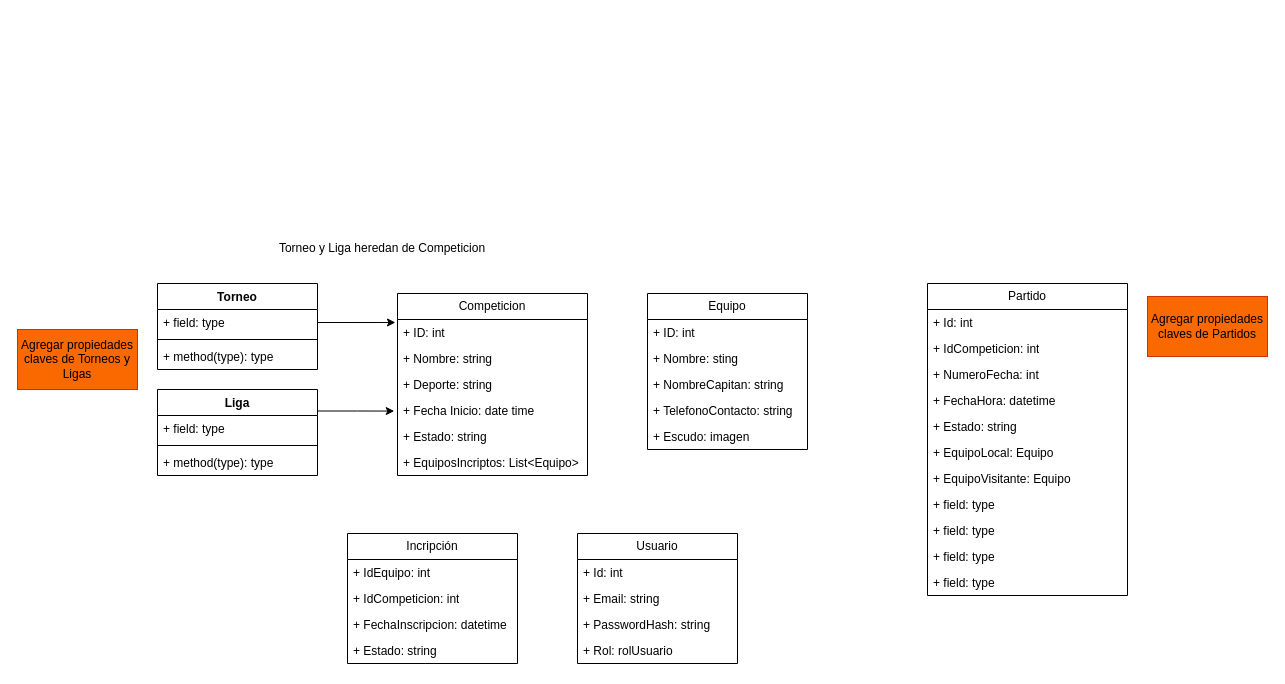
Earlier version of the draw.io diagram docs/domain-model/Modelo de Dominio - TPC LigaPro - V2.drawio (ssofi20/TPC-LigaPro-Equipo9A). Source tidied: cells renumbered, new cells numbered last; positions are measured from the earlier drawing's top-left corner, leaving out a move shared by most shapes. Both pictures are drawn from the tidied source at 100%, with x=0, y=0 at pixel (17, 233).
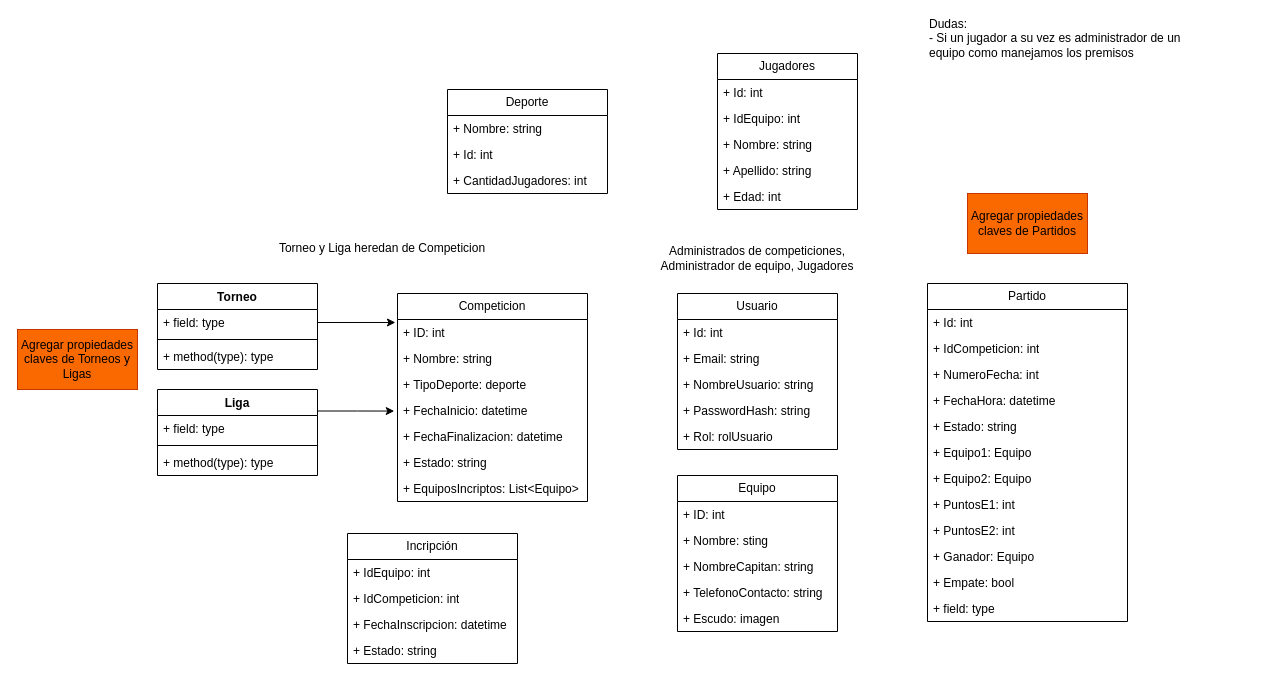
After the change.

Commit message (it also covers changes not shown here):
Create database script

Change to the diagram source:
```diff
@@
     <mxCell id="2" value="Competicion" style="swimlane;fontStyle=0;horizontal=1;startSize=26;fillColor=none;whiteSpace=wrap;html=1;" parent="1" vertex="1">
-      <mxGeometry x="380" y="60" width="190" height="182" as="geometry" />
+      <mxGeometry x="380" y="60" width="190" height="208" as="geometry" />
     </mxCell>
@@
-    <mxCell id="5" value="+ Deporte: string" style="text;strokeColor=none;fillColor=none;align=left;verticalAlign=top;spacingLeft=4;spacingRight=4;overflow=hidden;whiteSpace=wrap;html=1;" parent="2" vertex="1">
+    <mxCell id="5" value="+ TipoDeporte: deporte" style="text;strokeColor=none;fillColor=none;align=left;verticalAlign=top;spacingLeft=4;spacingRight=4;overflow=hidden;whiteSpace=wrap;html=1;" parent="2" vertex="1">
       <mxGeometry y="78" width="190" height="26" as="geometry" />
     </mxCell>
-    <mxCell id="6" value="+ Fecha Inicio: date time" style="text;strokeColor=none;fillColor=none;align=left;verticalAlign=top;spacingLeft=4;spacingRight=4;overflow=hidden;points=[[0,0.5],[1,0.5]];portConstraint=eastwest;whiteSpace=wrap;html=1;" parent="2" vertex="1">
+    <mxCell id="6" value="+ FechaInicio: datetime" style="text;strokeColor=none;fillColor=none;align=left;verticalAlign=top;spacingLeft=4;spacingRight=4;overflow=hidden;points=[[0,0.5],[1,0.5]];portConstraint=eastwest;whiteSpace=wrap;html=1;" parent="2" vertex="1">
       <mxGeometry y="104" width="190" height="26" as="geometry" />
     </mxCell>
+    <mxCell id="50" value="+ FechaFinalizacion: datetime" style="text;strokeColor=none;fillColor=none;align=left;verticalAlign=top;spacingLeft=4;spacingRight=4;overflow=hidden;whiteSpace=wrap;html=1;" parent="2" vertex="1">
+      <mxGeometry y="130" width="190" height="26" as="geometry" />
+    </mxCell>
     <mxCell id="7" value="+ Estado: string" style="text;strokeColor=none;fillColor=none;align=left;verticalAlign=top;spacingLeft=4;spacingRight=4;overflow=hidden;whiteSpace=wrap;html=1;" parent="2" vertex="1">
-      <mxGeometry y="130" width="190" height="26" as="geometry" />
+      <mxGeometry y="156" width="190" height="26" as="geometry" />
     </mxCell>
     <mxCell id="8" value="+ EquiposIncriptos: List&amp;lt;Equipo&amp;gt;" style="text;strokeColor=none;fillColor=none;align=left;verticalAlign=top;spacingLeft=4;spacingRight=4;overflow=hidden;whiteSpace=wrap;html=1;" parent="2" vertex="1">
-      <mxGeometry y="156" width="190" height="26" as="geometry" />
+      <mxGeometry y="182" width="190" height="26" as="geometry" />
     </mxCell>
     <mxCell id="9" value="Equipo" style="swimlane;fontStyle=0;horizontal=1;startSize=26;whiteSpace=wrap;html=1;" parent="1" vertex="1">
-      <mxGeometry x="630" y="60" width="160" height="156" as="geometry" />
+      <mxGeometry x="660" y="242" width="160" height="156" as="geometry" />
     </mxCell>
@@
     <mxCell id="15" value="Partido" style="swimlane;fontStyle=0;horizontal=1;startSize=26;fillColor=none;whiteSpace=wrap;html=1;" parent="1" vertex="1">
-      <mxGeometry x="910" y="50" width="200" height="312" as="geometry" />
+      <mxGeometry x="910" y="50" width="200" height="338" as="geometry" />
     </mxCell>
@@
-    <mxCell id="21" value="+ EquipoLocal: Equipo" style="text;strokeColor=none;fillColor=none;align=left;verticalAlign=top;spacingLeft=4;spacingRight=4;overflow=hidden;whiteSpace=wrap;html=1;" parent="15" vertex="1">
+    <mxCell id="21" value="+ Equipo1: Equipo" style="text;strokeColor=none;fillColor=none;align=left;verticalAlign=top;spacingLeft=4;spacingRight=4;overflow=hidden;whiteSpace=wrap;html=1;" parent="15" vertex="1">
       <mxGeometry y="156" width="200" height="26" as="geometry" />
     </mxCell>
-    <mxCell id="22" value="+ EquipoVisitante: Equipo" style="text;strokeColor=none;fillColor=none;align=left;verticalAlign=top;spacingLeft=4;spacingRight=4;overflow=hidden;whiteSpace=wrap;html=1;" parent="15" vertex="1">
+    <mxCell id="22" value="+ Equipo2: Equipo" style="text;strokeColor=none;fillColor=none;align=left;verticalAlign=top;spacingLeft=4;spacingRight=4;overflow=hidden;whiteSpace=wrap;html=1;" parent="15" vertex="1">
       <mxGeometry y="182" width="200" height="26" as="geometry" />
     </mxCell>
-    <mxCell id="23" value="+ field: type" style="text;strokeColor=none;fillColor=none;align=left;verticalAlign=top;spacingLeft=4;spacingRight=4;overflow=hidden;whiteSpace=wrap;html=1;" parent="15" vertex="1">
+    <mxCell id="23" value="+ PuntosE1: int" style="text;strokeColor=none;fillColor=none;align=left;verticalAlign=top;spacingLeft=4;spacingRight=4;overflow=hidden;whiteSpace=wrap;html=1;" parent="15" vertex="1">
       <mxGeometry y="208" width="200" height="26" as="geometry" />
     </mxCell>
+    <mxCell id="51" value="+ PuntosE2: int" style="text;strokeColor=none;fillColor=none;align=left;verticalAlign=top;spacingLeft=4;spacingRight=4;overflow=hidden;whiteSpace=wrap;html=1;" parent="15" vertex="1">
+      <mxGeometry y="234" width="200" height="26" as="geometry" />
+    </mxCell>
-    <mxCell id="24" value="+ field: type" style="text;strokeColor=none;fillColor=none;align=left;verticalAlign=top;spacingLeft=4;spacingRight=4;overflow=hidden;whiteSpace=wrap;html=1;" parent="15" vertex="1">
-      <mxGeometry y="234" width="200" height="26" as="geometry" />
+    <mxCell id="24" value="+ Ganador: Equipo" style="text;strokeColor=none;fillColor=none;align=left;verticalAlign=top;spacingLeft=4;spacingRight=4;overflow=hidden;whiteSpace=wrap;html=1;" parent="15" vertex="1">
+      <mxGeometry y="260" width="200" height="26" as="geometry" />
     </mxCell>
-    <mxCell id="25" value="+ field: type" style="text;strokeColor=none;fillColor=none;align=left;verticalAlign=top;spacingLeft=4;spacingRight=4;overflow=hidden;whiteSpace=wrap;html=1;" parent="15" vertex="1">
-      <mxGeometry y="260" width="200" height="26" as="geometry" />
+    <mxCell id="25" value="+ Empate: bool" style="text;strokeColor=none;fillColor=none;align=left;verticalAlign=top;spacingLeft=4;spacingRight=4;overflow=hidden;whiteSpace=wrap;html=1;" parent="15" vertex="1">
+      <mxGeometry y="286" width="200" height="26" as="geometry" />
     </mxCell>
     <mxCell id="26" value="+ field: type" style="text;strokeColor=none;fillColor=none;align=left;verticalAlign=top;spacingLeft=4;spacingRight=4;overflow=hidden;whiteSpace=wrap;html=1;" parent="15" vertex="1">
-      <mxGeometry y="286" width="200" height="26" as="geometry" />
+      <mxGeometry y="312" width="200" height="26" as="geometry" />
     </mxCell>
     <mxCell id="27" value="Usuario" style="swimlane;fontStyle=0;horizontal=1;startSize=26;fillColor=none;whiteSpace=wrap;html=1;" parent="1" vertex="1">
-      <mxGeometry x="560" y="300" width="160" height="130" as="geometry" />
+      <mxGeometry x="660" y="60" width="160" height="156" as="geometry" />
     </mxCell>
@@
+    <mxCell id="52" value="+ NombreUsuario: string" style="text;strokeColor=none;fillColor=none;align=left;verticalAlign=top;spacingLeft=4;spacingRight=4;overflow=hidden;whiteSpace=wrap;html=1;" parent="27" vertex="1">
+      <mxGeometry y="78" width="160" height="26" as="geometry" />
+    </mxCell>
     <mxCell id="30" value="+ PasswordHash: string" style="text;strokeColor=none;fillColor=none;align=left;verticalAlign=top;spacingLeft=4;spacingRight=4;overflow=hidden;whiteSpace=wrap;html=1;" parent="27" vertex="1">
-      <mxGeometry y="78" width="160" height="26" as="geometry" />
+      <mxGeometry y="104" width="160" height="26" as="geometry" />
     </mxCell>
     <mxCell id="31" value="+ Rol: rolUsuario" style="text;strokeColor=none;fillColor=none;align=left;verticalAlign=top;spacingLeft=4;spacingRight=4;overflow=hidden;whiteSpace=wrap;html=1;" parent="27" vertex="1">
-      <mxGeometry y="104" width="160" height="26" as="geometry" />
+      <mxGeometry y="130" width="160" height="26" as="geometry" />
     </mxCell>
@@
     <mxCell id="49" value="Agregar propiedades claves de Partidos" style="rounded=0;whiteSpace=wrap;html=1;fillColor=#fa6800;fontColor=#000000;strokeColor=#C73500;" parent="1" vertex="1">
-      <mxGeometry x="1130" y="63" width="120" height="60" as="geometry" />
+      <mxGeometry x="950" y="-40" width="120" height="60" as="geometry" />
     </mxCell>
+    <mxCell id="53" value="Deporte" style="swimlane;fontStyle=0;horizontal=1;startSize=26;fillColor=none;whiteSpace=wrap;html=1;" parent="1" vertex="1">
+      <mxGeometry x="430" y="-144" width="160" height="104" as="geometry" />
+    </mxCell>
+    <mxCell id="54" value="+ Nombre: string" style="text;strokeColor=none;fillColor=none;align=left;verticalAlign=top;spacingLeft=4;spacingRight=4;overflow=hidden;whiteSpace=wrap;html=1;" parent="53" vertex="1">
+      <mxGeometry y="26" width="160" height="26" as="geometry" />
+    </mxCell>
+    <mxCell id="55" value="+ Id: int" style="text;strokeColor=none;fillColor=none;align=left;verticalAlign=top;spacingLeft=4;spacingRight=4;overflow=hidden;whiteSpace=wrap;html=1;" parent="53" vertex="1">
+      <mxGeometry y="52" width="160" height="26" as="geometry" />
+    </mxCell>
+    <mxCell id="56" value="+ CantidadJugadores: int" style="text;strokeColor=none;fillColor=none;align=left;verticalAlign=top;spacingLeft=4;spacingRight=4;overflow=hidden;whiteSpace=wrap;html=1;" parent="53" vertex="1">
+      <mxGeometry y="78" width="160" height="26" as="geometry" />
+    </mxCell>
+    <mxCell id="57" value="Administrados de competiciones, Administrador de equipo, Jugadores" style="text;html=1;whiteSpace=wrap;strokeColor=none;fillColor=none;align=center;verticalAlign=middle;rounded=0;" parent="1" vertex="1">
+      <mxGeometry x="615" y="10" width="250" height="30" as="geometry" />
+    </mxCell>
+    <mxCell id="58" value="Jugadores" style="swimlane;fontStyle=0;horizontal=1;startSize=26;fillColor=none;whiteSpace=wrap;html=1;" parent="1" vertex="1">
+      <mxGeometry x="700" y="-180" width="140" height="156" as="geometry" />
+    </mxCell>
+    <mxCell id="59" value="+ Id: int" style="text;strokeColor=none;fillColor=none;align=left;verticalAlign=top;spacingLeft=4;spacingRight=4;overflow=hidden;whiteSpace=wrap;html=1;" parent="58" vertex="1">
+      <mxGeometry y="26" width="140" height="26" as="geometry" />
+    </mxCell>
+    <mxCell id="60" value="+ IdEquipo: int" style="text;strokeColor=none;fillColor=none;align=left;verticalAlign=top;spacingLeft=4;spacingRight=4;overflow=hidden;whiteSpace=wrap;html=1;" parent="58" vertex="1">
+      <mxGeometry y="52" width="140" height="26" as="geometry" />
+    </mxCell>
+    <mxCell id="61" value="+ Nombre: string" style="text;strokeColor=none;fillColor=none;align=left;verticalAlign=top;spacingLeft=4;spacingRight=4;overflow=hidden;whiteSpace=wrap;html=1;" parent="58" vertex="1">
+      <mxGeometry y="78" width="140" height="26" as="geometry" />
+    </mxCell>
+    <mxCell id="62" value="+ Apellido: string" style="text;strokeColor=none;fillColor=none;align=left;verticalAlign=top;spacingLeft=4;spacingRight=4;overflow=hidden;whiteSpace=wrap;html=1;" parent="58" vertex="1">
+      <mxGeometry y="104" width="140" height="26" as="geometry" />
+    </mxCell>
+    <mxCell id="63" value="+ Edad: int" style="text;strokeColor=none;fillColor=none;align=left;verticalAlign=top;spacingLeft=4;spacingRight=4;overflow=hidden;whiteSpace=wrap;html=1;" parent="58" vertex="1">
+      <mxGeometry y="130" width="140" height="26" as="geometry" />
+    </mxCell>
+    <mxCell id="64" value="Dudas:&lt;div&gt;- Si un jugador a su vez es administrador de un equipo como manejamos los premisos&lt;span style=&quot;background-color: transparent; color: light-dark(rgb(0, 0, 0), rgb(255, 255, 255));&quot;&gt;&amp;nbsp;&lt;/span&gt;&lt;/div&gt;" style="text;html=1;whiteSpace=wrap;strokeColor=none;fillColor=none;align=left;verticalAlign=middle;rounded=0;" parent="1" vertex="1">
+      <mxGeometry x="910" y="-210" width="290" height="30" as="geometry" />
+    </mxCell>
```
